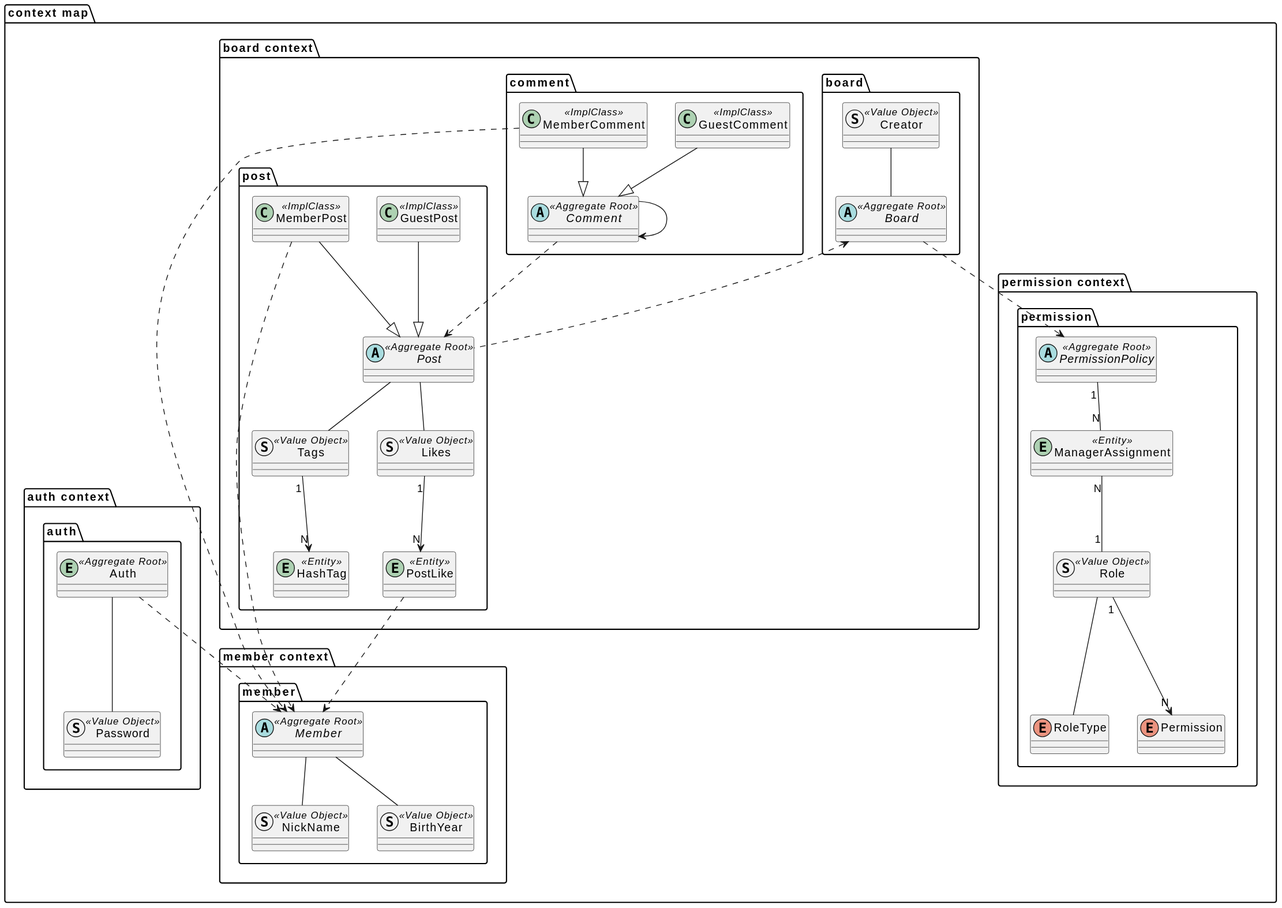
Before: document/puml/domain/boundedContextMap.svg, a diagram exported from PlantUML (SimpleBoardTeam/server-hyunchang).
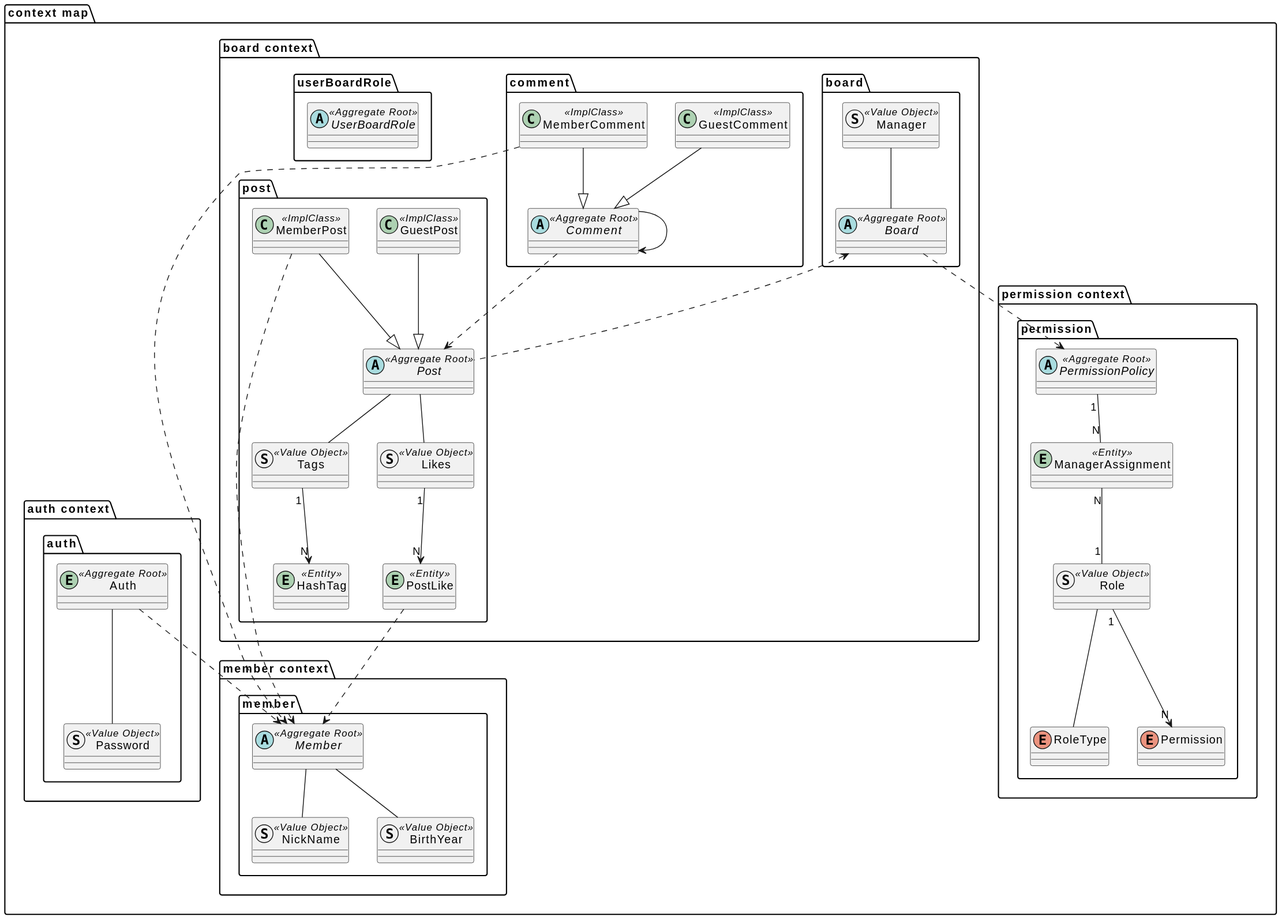
After the change.

Diff of the diagram source:
```diff
@@ -4,9 +4,9 @@
         package "board"{
             abstract Board <<Aggregate Root>>{
             }
-            struct Creator <<Value Object>>{
+            struct Manager <<Value Object>>{
             }
-            Creator -- Board
+            Manager -- Board
         }
 
         package "post"{
@@ -36,6 +36,11 @@
             class GuestComment <<ImplClass>>{
             }
             class MemberComment <<ImplClass>>{
+            }
+        }
+
+        package "userBoardRole"{
+            abstract UserBoardRole <<Aggregate Root>>{
             }
         }
 
@@ -95,6 +100,7 @@
         }
     }
 
+
     Board <.. Post
 
     MemberPost ..> Member
```
